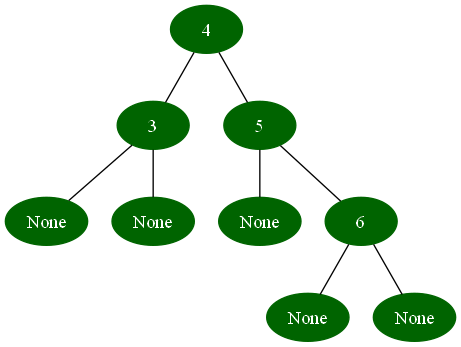
Before: avl.png, a diagram exported from Graphviz (UofA522/Project2). Its source is kept beside it as avl.dot.
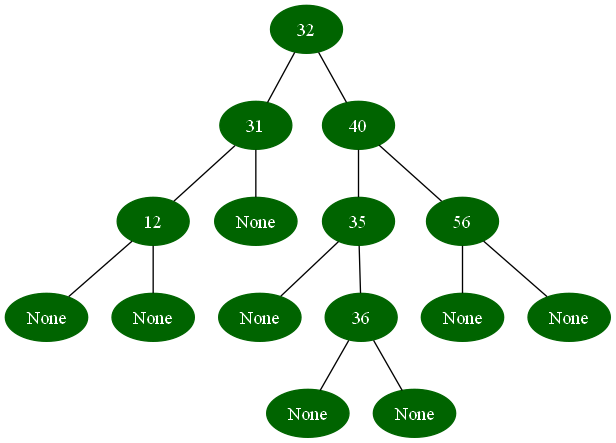
The same file after the commit.

Change to the diagram source:
```diff
@@ -1,19 +1,31 @@
 graph {
-	 0 [label="4", color=darkgreen, style=filled, fontcolor=white];
-	 1 [label="3", color=darkgreen, style=filled, fontcolor=white];
-	 2 [label="None", color=darkgreen, style=filled, fontcolor=white];
+	 0 [label="32", color=darkgreen, style=filled, fontcolor=white];
+	 1 [label="31", color=darkgreen, style=filled, fontcolor=white];
+	 2 [label="12", color=darkgreen, style=filled, fontcolor=white];
 	 3 [label="None", color=darkgreen, style=filled, fontcolor=white];
-	 4 [label="5", color=darkgreen, style=filled, fontcolor=white];
+	 4 [label="None", color=darkgreen, style=filled, fontcolor=white];
 	 5 [label="None", color=darkgreen, style=filled, fontcolor=white];
-	 6 [label="6", color=darkgreen, style=filled, fontcolor=white];
-	 7 [label="None", color=darkgreen, style=filled, fontcolor=white];
+	 6 [label="40", color=darkgreen, style=filled, fontcolor=white];
+	 7 [label="35", color=darkgreen, style=filled, fontcolor=white];
 	 8 [label="None", color=darkgreen, style=filled, fontcolor=white];
+	 9 [label="36", color=darkgreen, style=filled, fontcolor=white];
+	 10 [label="None", color=darkgreen, style=filled, fontcolor=white];
+	 11 [label="None", color=darkgreen, style=filled, fontcolor=white];
+	 12 [label="56", color=darkgreen, style=filled, fontcolor=white];
+	 13 [label="None", color=darkgreen, style=filled, fontcolor=white];
+	 14 [label="None", color=darkgreen, style=filled, fontcolor=white];
 	 0 -- 1;
 	 1 -- 2;
-	 1 -- 3;
-	 0 -- 4;
-	 4 -- 5;
-	 4 -- 6;
+	 2 -- 3;
+	 2 -- 4;
+	 1 -- 5;
+	 0 -- 6;
 	 6 -- 7;
-	 6 -- 8;
+	 7 -- 8;
+	 7 -- 9;
+	 9 -- 10;
+	 9 -- 11;
+	 6 -- 12;
+	 12 -- 13;
+	 12 -- 14;
 }
```
